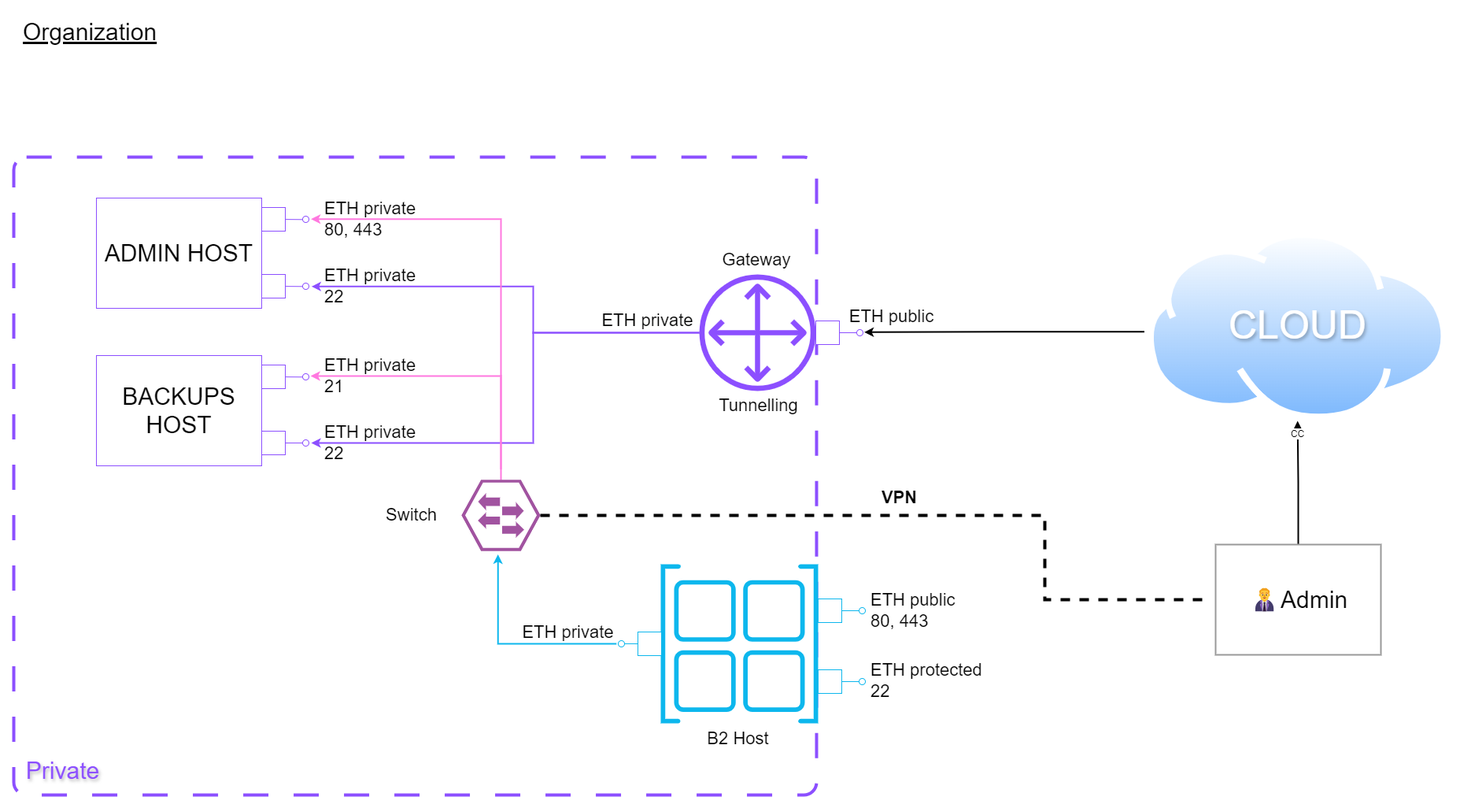
Earlier version of the draw.io export doc/Organization.png (yesbabylon/b2). Source tidied: cells renumbered, new cells last; positions are measured from the earlier drawing's top-left corner, leaving out a move shared by most shapes.
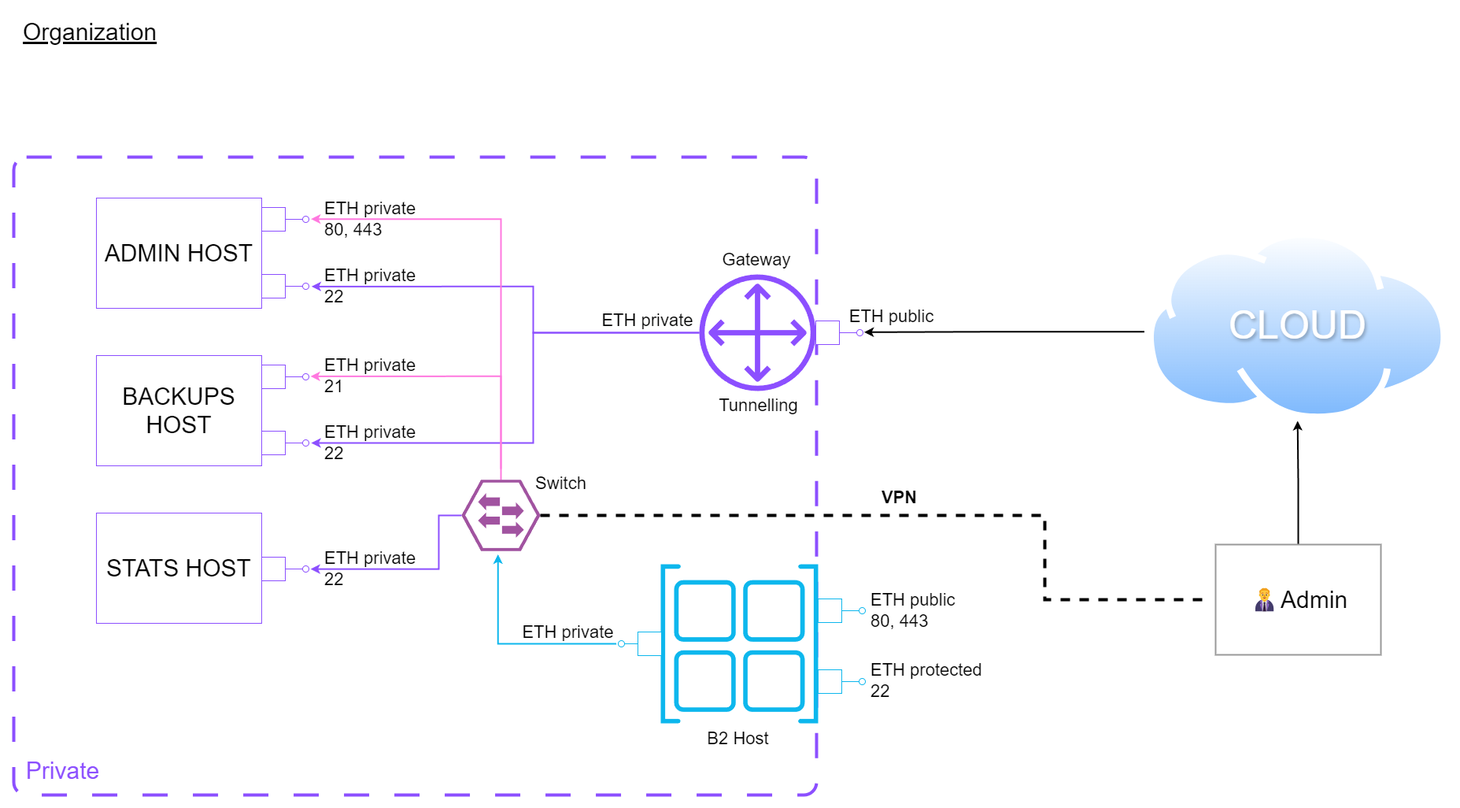
Later version of the same file.

The edit, as a diff of the source:
```diff
@@ -62,7 +62,7 @@
       <mxGeometry x="883" y="485" width="127" height="30" as="geometry" />
     </mxCell>
     <mxCell id="15" value="Switch" style="text;strokeColor=none;align=center;fillColor=none;html=1;verticalAlign=middle;whiteSpace=wrap;rounded=0;fontSize=22;" parent="1" vertex="1">
-      <mxGeometry x="442" y="624" width="127" height="30" as="geometry" />
+      <mxGeometry x="632" y="584" width="127" height="30" as="geometry" />
     </mxCell>
     <mxCell id="16" style="sketch=0;shadow=0;dashed=0;html=1;strokeColor=none;fillColor=#0db7ed;labelPosition=center;verticalLabelPosition=bottom;verticalAlign=top;align=center;shape=mxgraph.vvd.site_container;" parent="1" vertex="1">
       <mxGeometry x="822" y="701" width="200" height="202" as="geometry" />
@@ -140,7 +140,7 @@
     <mxCell id="39" value="&lt;span style=&quot;font-size: 22px;&quot;&gt;ETH private&lt;/span&gt;&lt;br style=&quot;padding: 0px; margin: 0px; font-size: 22px;&quot;&gt;&lt;div style=&quot;&quot;&gt;&lt;span style=&quot;font-size: 22px;&quot;&gt;22&lt;/span&gt;&lt;/div&gt;" style="text;html=1;align=left;verticalAlign=middle;strokeColor=none;fillColor=none;" parent="1" vertex="1">
       <mxGeometry x="393" y="512" width="140" height="70" as="geometry" />
     </mxCell>
-    <mxCell id="40" value="&lt;font style=&quot;font-size: 30px;&quot;&gt;Private&lt;/font&gt;" style="text;html=1;align=center;verticalAlign=middle;strokeColor=none;fillColor=none;fontColor=#8C4FFF;textShadow=1;" parent="1" vertex="1">
+    <mxCell id="40" value="&lt;font style=&quot;font-size: 30px;&quot;&gt;Private&lt;/font&gt;" style="text;html=1;align=center;verticalAlign=middle;strokeColor=none;fillColor=none;fontColor=#8C4FFF;textShadow=0;" parent="1" vertex="1">
       <mxGeometry x="2" y="938" width="120" height="50" as="geometry" />
     </mxCell>
     <mxCell id="41" value="&lt;font style=&quot;font-size: 30px;&quot;&gt;&lt;u&gt;Organization&lt;/u&gt;&lt;/font&gt;" style="text;html=1;align=left;verticalAlign=middle;strokeColor=none;fillColor=none;" parent="1" vertex="1">
@@ -173,7 +173,7 @@
     <mxCell id="50" style="ellipse;html=1;fontSize=11;align=center;fillColor=none;points=[];verticalAlign=bottom;labelPosition=center;verticalLabelPosition=top;flipH=1;strokeColor=#0DB7ED;" parent="1" vertex="1">
       <mxGeometry x="1074" y="846" width="8" height="8" as="geometry" />
     </mxCell>
-    <mxCell id="51" value="CC" style="image;perimeter=ellipsePerimeter;html=1;align=center;shadow=0;dashed=0;spacingTop=3;image=img/lib/active_directory/internet_cloud.svg;" parent="1" vertex="1">
+    <mxCell id="51" style="image;perimeter=ellipsePerimeter;html=1;align=center;shadow=0;dashed=0;spacingTop=3;image=img/lib/active_directory/internet_cloud.svg;" parent="1" vertex="1">
       <mxGeometry x="1440" y="278" width="382.4" height="241" as="geometry" />
     </mxCell>
     <mxCell id="52" style="html=1;rounded=0;strokeColor=#8C4FFF;" parent="1" vertex="1">
@@ -203,5 +203,28 @@
     <mxCell id="58" value="&lt;font style=&quot;font-size: 22px;&quot;&gt;&lt;b&gt;VPN&lt;/b&gt;&lt;/font&gt;" style="text;html=1;align=center;verticalAlign=middle;strokeColor=none;fillColor=none;shadow=1;" parent="1" vertex="1">
       <mxGeometry x="1090" y="597" width="70" height="40" as="geometry" />
     </mxCell>
+    <mxCell id="59" value="STATS HOST" style="html=1;whiteSpace=wrap;strokeColor=#8C4FFF;fontSize=30;" parent="1" vertex="1">
+      <mxGeometry x="105" y="636" width="210" height="140" as="geometry" />
+    </mxCell>
+    <mxCell id="60" style="html=1;rounded=0;strokeColor=#8C4FFF;" parent="1" vertex="1">
+      <mxGeometry x="315" y="692" width="30" height="30" as="geometry" />
+    </mxCell>
+    <mxCell id="61" style="endArrow=none;html=1;rounded=0;align=center;verticalAlign=top;endFill=0;labelBackgroundColor=none;endSize=2;strokeColor=#8C4FFF;" parent="1" edge="1" source="60" target="62">
+      <mxGeometry relative="1" as="geometry" />
+    </mxCell>
+    <mxCell id="62" style="ellipse;html=1;fontSize=11;align=center;fillColor=none;points=[];verticalAlign=bottom;labelPosition=center;verticalLabelPosition=top;flipH=1;strokeColor=#8C4FFF;" parent="1" vertex="1">
+      <mxGeometry x="367" y="703" width="8" height="8" as="geometry" />
+    </mxCell>
+    <mxCell id="63" value="&lt;span style=&quot;font-size: 22px;&quot;&gt;ETH private&lt;/span&gt;&lt;br style=&quot;padding: 0px; margin: 0px; font-size: 22px;&quot;&gt;&lt;div style=&quot;&quot;&gt;&lt;span style=&quot;font-size: 22px;&quot;&gt;22&lt;/span&gt;&lt;/div&gt;" style="text;html=1;align=left;verticalAlign=middle;strokeColor=none;fillColor=none;" parent="1" vertex="1">
+      <mxGeometry x="393" y="672" width="140" height="70" as="geometry" />
+    </mxCell>
+    <mxCell id="64" style="edgeStyle=orthogonalEdgeStyle;rounded=0;jettySize=auto;html=1;entryX=-0.263;entryY=0.513;entryDx=0;entryDy=0;entryPerimeter=0;strokeWidth=2;strokeColor=#8C4FFF;" parent="1" edge="1" source="11" target="62">
+      <mxGeometry relative="1" as="geometry">
+        <Array as="points">
+          <mxPoint x="540" y="639" />
+          <mxPoint x="540" y="707" />
+        </Array>
+      </mxGeometry>
+    </mxCell>
   </root>
 </mxGraphModel>
```
